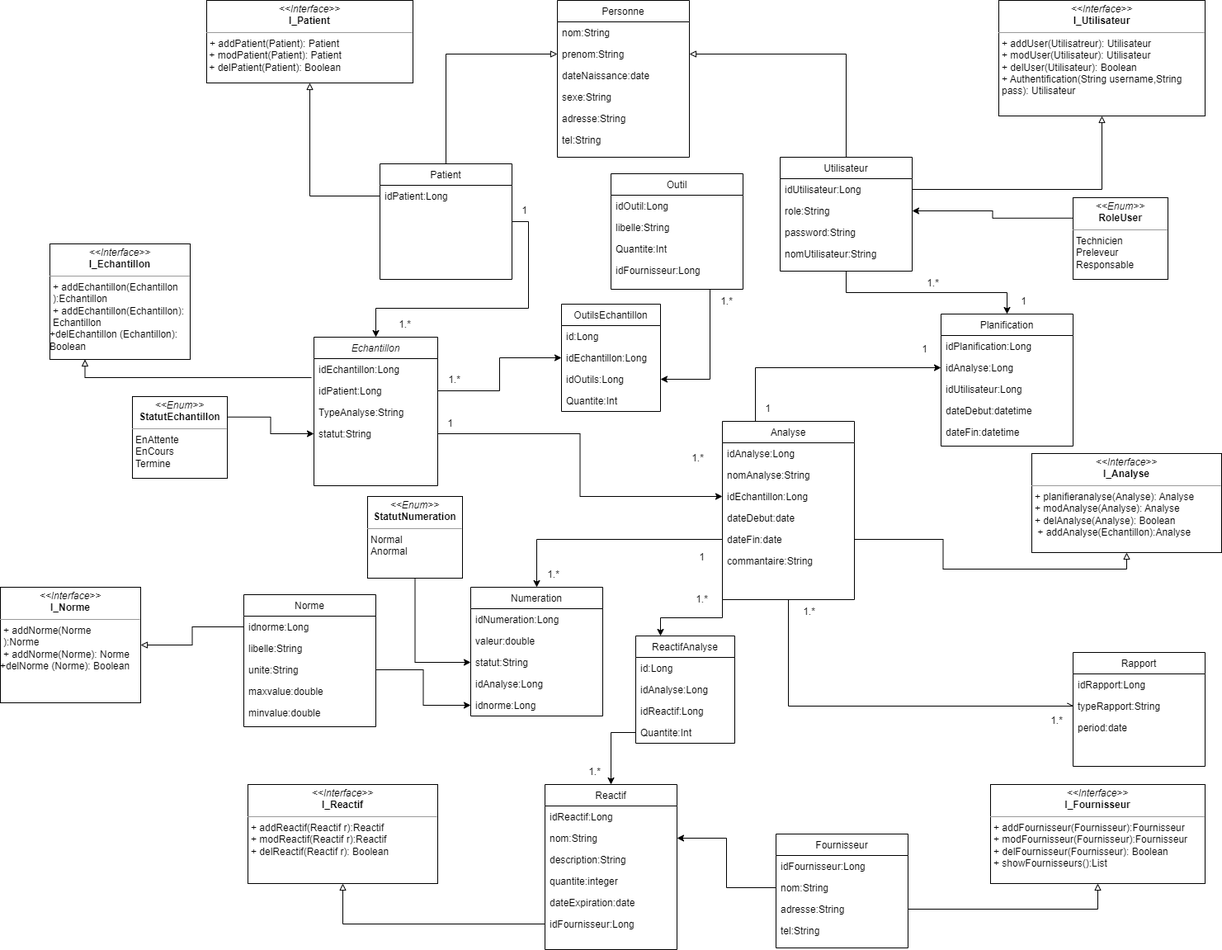
talainimohammed/LabXpert-Rest-API keeps this draw.io diagram as conception/Classe LabXpert.drawio.png. Above is the earlier version. Source tidied: cells renumbered, new cells last; positions are measured from the earlier drawing's top-left corner, leaving out a move shared by most shapes.
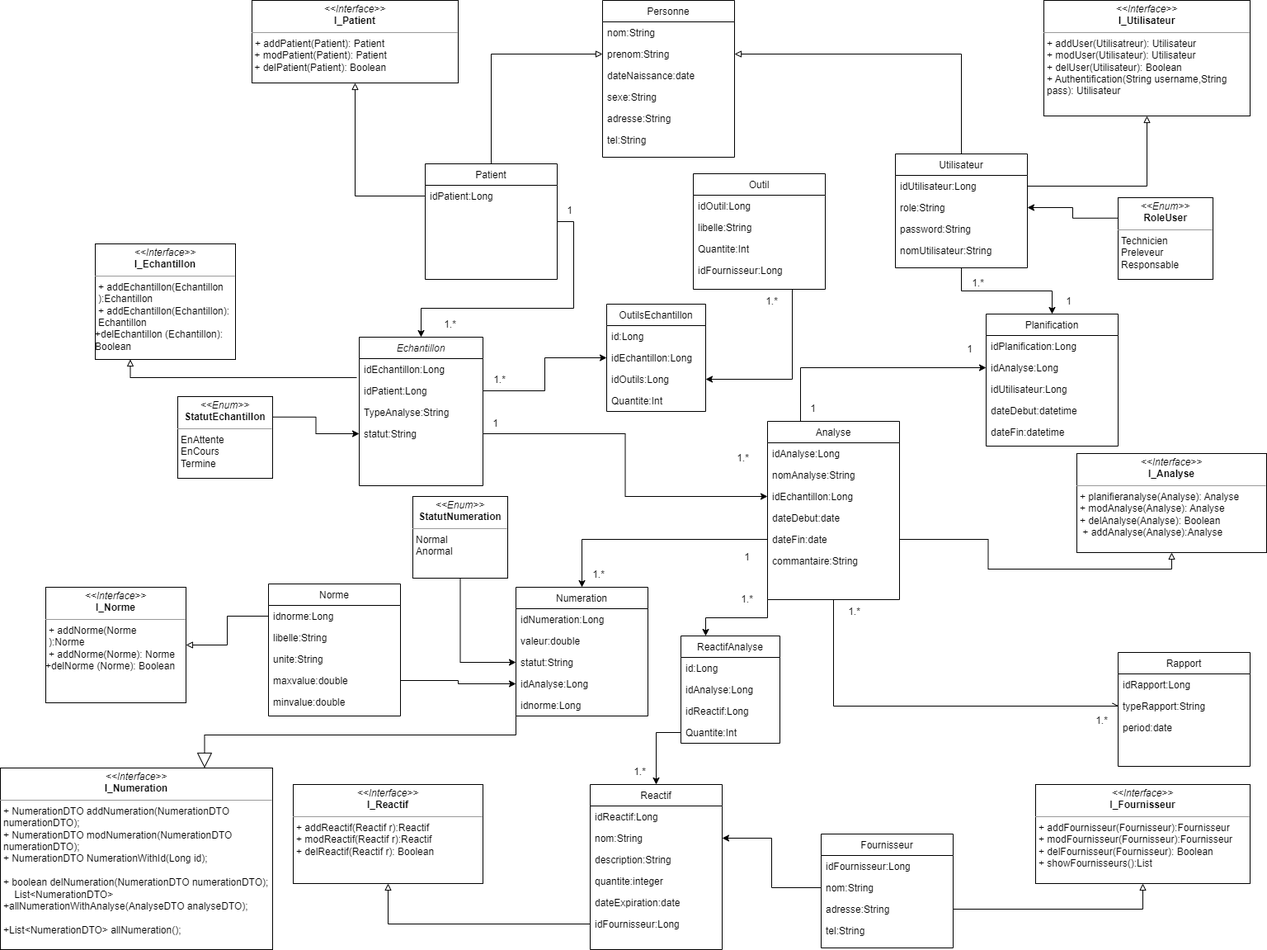
Later version of the same file.

What changed in the source:
```diff
@@ -87,7 +87,7 @@
       <mxGeometry relative="1" as="geometry" />
     </mxCell>
     <mxCell id="30" value="Utilisateur" style="swimlane;fontStyle=0;align=center;verticalAlign=top;horizontal=1;startSize=26;rounded=0;shadow=0;strokeWidth=1;" parent="1" vertex="1">
-      <mxGeometry x="945" y="190" width="160" height="138" as="geometry" />
+      <mxGeometry x="1030" y="186" width="160" height="138" as="geometry" />
     </mxCell>
     <mxCell id="31" value="idUtilisateur:Long" style="text;align=left;verticalAlign=top;spacingLeft=4;spacingRight=4;overflow=hidden;points=[[0,0.5],[1,0.5]];portConstraint=eastwest;" parent="30" vertex="1">
       <mxGeometry y="26" width="160" height="26" as="geometry" />
@@ -197,7 +197,7 @@
     <mxCell id="66" style="edgeStyle=orthogonalEdgeStyle;rounded=0;jettySize=auto;html=1;exitX=1;exitY=0.5;exitDx=0;exitDy=0;entryX=0.5;entryY=1;entryDx=0;entryDy=0;endArrow=block;endFill=0;strokeWidth=1;" parent="1" edge="1" source="31" target="65">
       <mxGeometry relative="1" as="geometry" />
     </mxCell>
-    <mxCell id="67" value="&lt;p style=&quot;margin:0px;margin-top:4px;text-align:center;&quot;&gt;&lt;i&gt;&amp;lt;&amp;lt;Interface&amp;gt;&amp;gt;&lt;/i&gt;&lt;br&gt;&lt;b&gt;I_Analyse&lt;/b&gt;&lt;/p&gt;&lt;hr size=&quot;1&quot;&gt;&lt;p style=&quot;margin:0px;margin-left:4px;&quot;&gt;+ planifieranalyse(Analyse): Analyse&lt;br&gt;+ modAnalyse(Analyse): Analyse&lt;/p&gt;&lt;p style=&quot;margin:0px;margin-left:4px;&quot;&gt;&lt;span style=&quot;background-color: initial;&quot;&gt;+ delAnalyse(Analyse): Boolean&lt;/span&gt;&lt;br&gt;&lt;/p&gt;&lt;p style=&quot;margin:0px;margin-left:4px;&quot;&gt;&lt;span style=&quot;background-color: initial;&quot;&gt;&amp;nbsp;+ addAnalyse(Echantillon):Analyse&lt;/span&gt;&lt;/p&gt;&lt;p style=&quot;margin:0px;margin-left:4px;&quot;&gt;&lt;span style=&quot;background-color: initial;&quot;&gt;&lt;br&gt;&lt;/span&gt;&lt;/p&gt;" style="verticalAlign=top;align=left;overflow=fill;fontSize=12;fontFamily=Helvetica;html=1;whiteSpace=wrap;" parent="1" vertex="1">
+    <mxCell id="67" value="&lt;p style=&quot;margin:0px;margin-top:4px;text-align:center;&quot;&gt;&lt;i&gt;&amp;lt;&amp;lt;Interface&amp;gt;&amp;gt;&lt;/i&gt;&lt;br&gt;&lt;b&gt;I_Analyse&lt;/b&gt;&lt;/p&gt;&lt;hr size=&quot;1&quot;&gt;&lt;p style=&quot;margin:0px;margin-left:4px;&quot;&gt;+ planifieranalyse(Analyse): Analyse&lt;br&gt;+ modAnalyse(Analyse): Analyse&lt;/p&gt;&lt;p style=&quot;margin:0px;margin-left:4px;&quot;&gt;&lt;span style=&quot;background-color: initial;&quot;&gt;+ delAnalyse(Analyse): Boolean&lt;/span&gt;&lt;br&gt;&lt;/p&gt;&lt;p style=&quot;margin:0px;margin-left:4px;&quot;&gt;&lt;span style=&quot;background-color: initial;&quot;&gt;&amp;nbsp;+ addAnalyse(Analyse):Analyse&lt;/span&gt;&lt;/p&gt;&lt;p style=&quot;margin:0px;margin-left:4px;&quot;&gt;&lt;span style=&quot;background-color: initial;&quot;&gt;&lt;br&gt;&lt;/span&gt;&lt;/p&gt;" style="verticalAlign=top;align=left;overflow=fill;fontSize=12;fontFamily=Helvetica;html=1;whiteSpace=wrap;" parent="1" vertex="1">
       <mxGeometry x="1250" y="549" width="230" height="120" as="geometry" />
     </mxCell>
     <mxCell id="68" style="edgeStyle=orthogonalEdgeStyle;rounded=0;jettySize=auto;html=1;exitX=1;exitY=0.5;exitDx=0;exitDy=0;entryX=0.5;entryY=1;entryDx=0;entryDy=0;endArrow=block;endFill=0;" parent="1" edge="1" source="22" target="67">
@@ -255,7 +255,7 @@
       <mxGeometry x="530" y="498" width="30" height="30" as="geometry" />
     </mxCell>
     <mxCell id="86" value="Norme" style="swimlane;fontStyle=0;align=center;verticalAlign=top;horizontal=1;startSize=26;rounded=0;shadow=0;strokeWidth=1;" parent="1" vertex="1">
-      <mxGeometry x="295" y="720" width="160" height="160" as="geometry" />
+      <mxGeometry x="270" y="707" width="160" height="160" as="geometry" />
     </mxCell>
     <mxCell id="87" value="idnorme:Long" style="text;align=left;verticalAlign=top;spacingLeft=4;spacingRight=4;overflow=hidden;points=[[0,0.5],[1,0.5]];portConstraint=eastwest;" parent="86" vertex="1">
       <mxGeometry y="26" width="160" height="26" as="geometry" />
@@ -272,9 +272,6 @@
     <mxCell id="91" value="minvalue:double" style="text;align=left;verticalAlign=top;spacingLeft=4;spacingRight=4;overflow=hidden;rounded=0;shadow=0;html=0;" parent="86" vertex="1">
       <mxGeometry y="130" width="160" height="26" as="geometry" />
     </mxCell>
-    <mxCell id="92" style="edgeStyle=orthogonalEdgeStyle;rounded=0;jettySize=auto;html=1;exitX=1;exitY=0.5;exitDx=0;exitDy=0;entryX=0;entryY=0.5;entryDx=0;entryDy=0;" parent="1" edge="1" source="89" target="13">
-      <mxGeometry relative="1" as="geometry" />
-    </mxCell>
     <mxCell id="93" style="edgeStyle=orthogonalEdgeStyle;rounded=0;jettySize=auto;html=1;exitX=1;exitY=0.5;exitDx=0;exitDy=0;entryX=0;entryY=0.5;entryDx=0;entryDy=0;" parent="1" edge="1" source="7" target="20">
       <mxGeometry relative="1" as="geometry" />
     </mxCell>
@@ -282,7 +279,7 @@
       <mxGeometry relative="1" as="geometry" />
     </mxCell>
     <mxCell id="95" value="Outil" style="swimlane;fontStyle=0;align=center;verticalAlign=top;horizontal=1;startSize=26;rounded=0;shadow=0;strokeWidth=1;" parent="1" vertex="1">
-      <mxGeometry x="740" y="210" width="160" height="140" as="geometry" />
+      <mxGeometry x="785" y="210" width="160" height="140" as="geometry" />
     </mxCell>
     <mxCell id="96" value="idOutil:Long" style="text;align=left;verticalAlign=top;spacingLeft=4;spacingRight=4;overflow=hidden;" parent="95" vertex="1">
       <mxGeometry y="26" width="160" height="26" as="geometry" />
@@ -377,5 +374,19 @@
     <mxCell id="126" value="&lt;p style=&quot;margin:0px;margin-top:4px;text-align:center;&quot;&gt;&lt;i&gt;&amp;lt;&amp;lt;Enum&amp;gt;&amp;gt;&lt;/i&gt;&lt;br&gt;&lt;b&gt;RoleUser&lt;/b&gt;&lt;/p&gt;&lt;hr size=&quot;1&quot;&gt;&lt;p style=&quot;margin:0px;margin-left:4px;&quot;&gt;Technicien&lt;/p&gt;&lt;p style=&quot;margin:0px;margin-left:4px;&quot;&gt;Preleveur&lt;/p&gt;&lt;p style=&quot;margin:0px;margin-left:4px;&quot;&gt;Responsable&lt;/p&gt;" style="verticalAlign=top;align=left;overflow=fill;fontSize=12;fontFamily=Helvetica;html=1;whiteSpace=wrap;" parent="1" vertex="1">
       <mxGeometry x="1300" y="239" width="115" height="99" as="geometry" />
     </mxCell>
+    <mxCell id="127" value="&lt;p style=&quot;margin:0px;margin-top:4px;text-align:center;&quot;&gt;&lt;i&gt;&amp;lt;&amp;lt;Interface&amp;gt;&amp;gt;&lt;/i&gt;&lt;br&gt;&lt;b&gt;I_Numeration&lt;/b&gt;&lt;/p&gt;&lt;hr size=&quot;1&quot;&gt;&lt;p style=&quot;margin:0px;margin-left:4px;&quot;&gt;&lt;span style=&quot;background-color: initial;&quot;&gt;+ NumerationDTO addNumeration(NumerationDTO numerationDTO);&lt;/span&gt;&lt;br&gt;&lt;/p&gt;&lt;p style=&quot;margin:0px;margin-left:4px;&quot;&gt;+ NumerationDTO modNumeration(NumerationDTO numerationDTO);&lt;/p&gt;&lt;p style=&quot;margin:0px;margin-left:4px;&quot;&gt;+ NumerationDTO NumerationWithId(Long id);&lt;/p&gt;&lt;p style=&quot;margin:0px;margin-left:4px;&quot;&gt;&lt;br&gt;&lt;/p&gt;&lt;p style=&quot;margin:0px;margin-left:4px;&quot;&gt;+ boolean delNumeration(NumerationDTO numerationDTO);&lt;/p&gt;&lt;p style=&quot;margin:0px;margin-left:4px;&quot;&gt;&amp;nbsp; &amp;nbsp; List&amp;lt;NumerationDTO&amp;gt; +allNumerationWithAnalyse(AnalyseDTO analyseDTO);&lt;/p&gt;&lt;p style=&quot;margin:0px;margin-left:4px;&quot;&gt;&lt;span style=&quot;background-color: initial;&quot;&gt;&lt;/span&gt;&lt;/p&gt;&lt;p style=&quot;margin:0px;margin-left:4px;&quot;&gt;&amp;nbsp; &amp;nbsp;&amp;nbsp;&lt;/p&gt;&lt;p style=&quot;margin:0px;margin-left:4px;&quot;&gt;+List&amp;lt;NumerationDTO&amp;gt; allNumeration();&lt;/p&gt;" style="verticalAlign=top;align=left;overflow=fill;fontSize=12;fontFamily=Helvetica;html=1;whiteSpace=wrap;" parent="1" vertex="1">
+      <mxGeometry x="-55" y="930" width="330" height="220" as="geometry" />
+    </mxCell>
+    <mxCell id="128" style="edgeStyle=orthogonalEdgeStyle;rounded=0;jettySize=auto;html=1;exitX=1;exitY=0.5;exitDx=0;exitDy=0;entryX=0;entryY=0.5;entryDx=0;entryDy=0;" parent="1" edge="1" source="90" target="12">
+      <mxGeometry relative="1" as="geometry" />
+    </mxCell>
+    <mxCell id="129" style="edgeStyle=orthogonalEdgeStyle;rounded=0;jettySize=auto;html=1;exitX=0;exitY=0.5;exitDx=0;exitDy=0;entryX=0.75;entryY=0;entryDx=0;entryDy=0;endArrow=block;endFill=0;endSize=16;" parent="1" edge="1" source="13" target="127">
+      <mxGeometry relative="1" as="geometry">
+        <Array as="points">
+          <mxPoint x="570" y="890" />
+          <mxPoint x="193" y="890" />
+        </Array>
+      </mxGeometry>
+    </mxCell>
   </root>
 </mxGraphModel>
```
